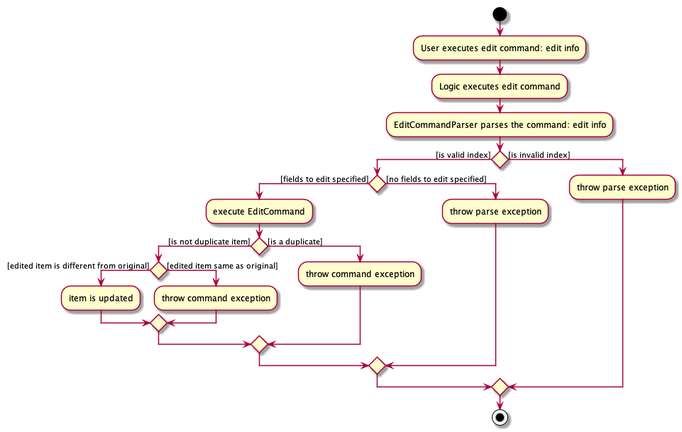
Before: docs/images/implementation/activityDiagrams/EditCommandActivityDiagram.png, a diagram exported from PlantUML (nus-cs2103-AY2021S1/tp).
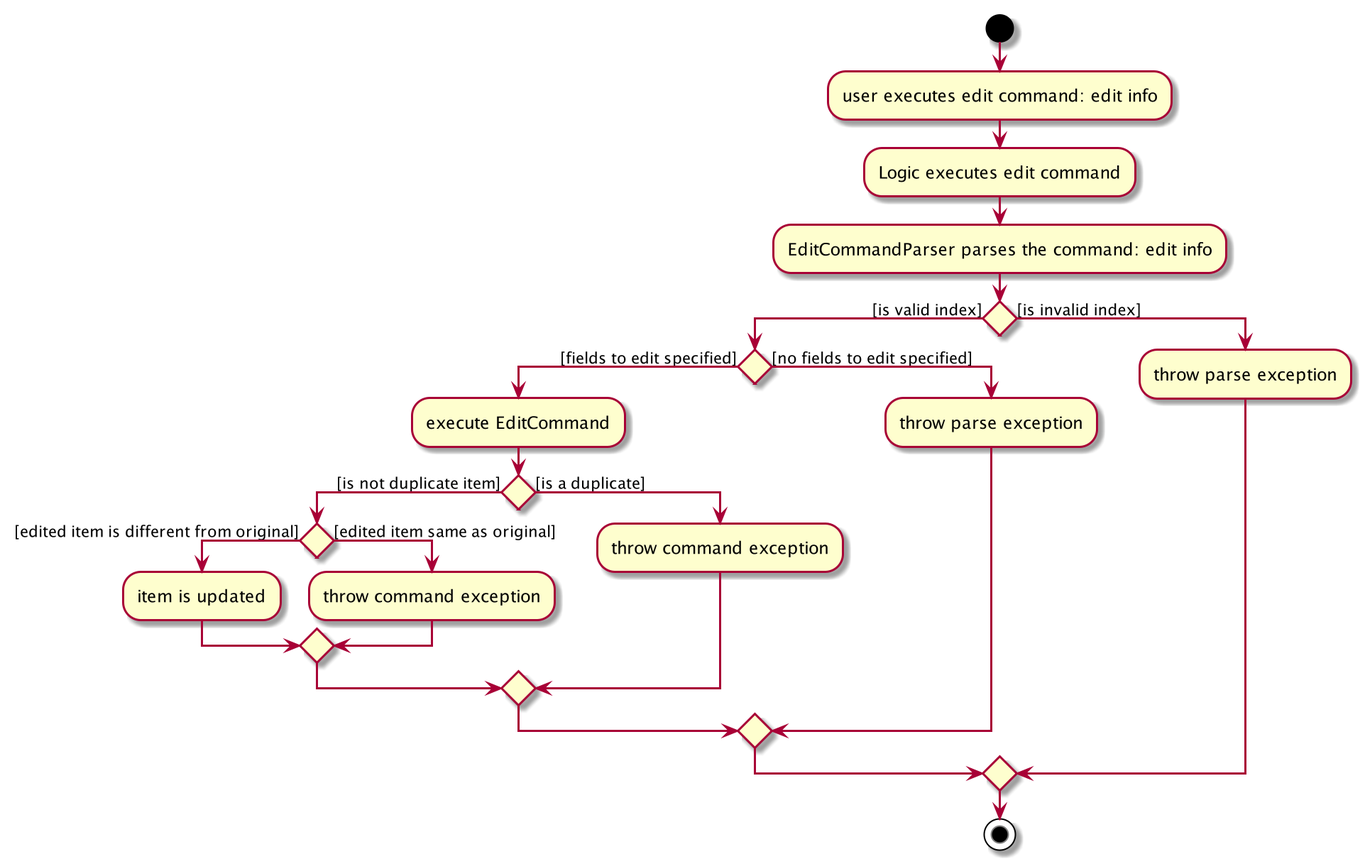
After the commit.

Commit message:
Update diagram typo

Diff of the diagram source:
```diff
@@ -1,6 +1,6 @@
 @startuml
 start
-:User executes edit command: edit info;
+:user executes edit command: edit info;
 :Logic executes edit command;
 :EditCommandParser parses the command: edit info;
 
```
